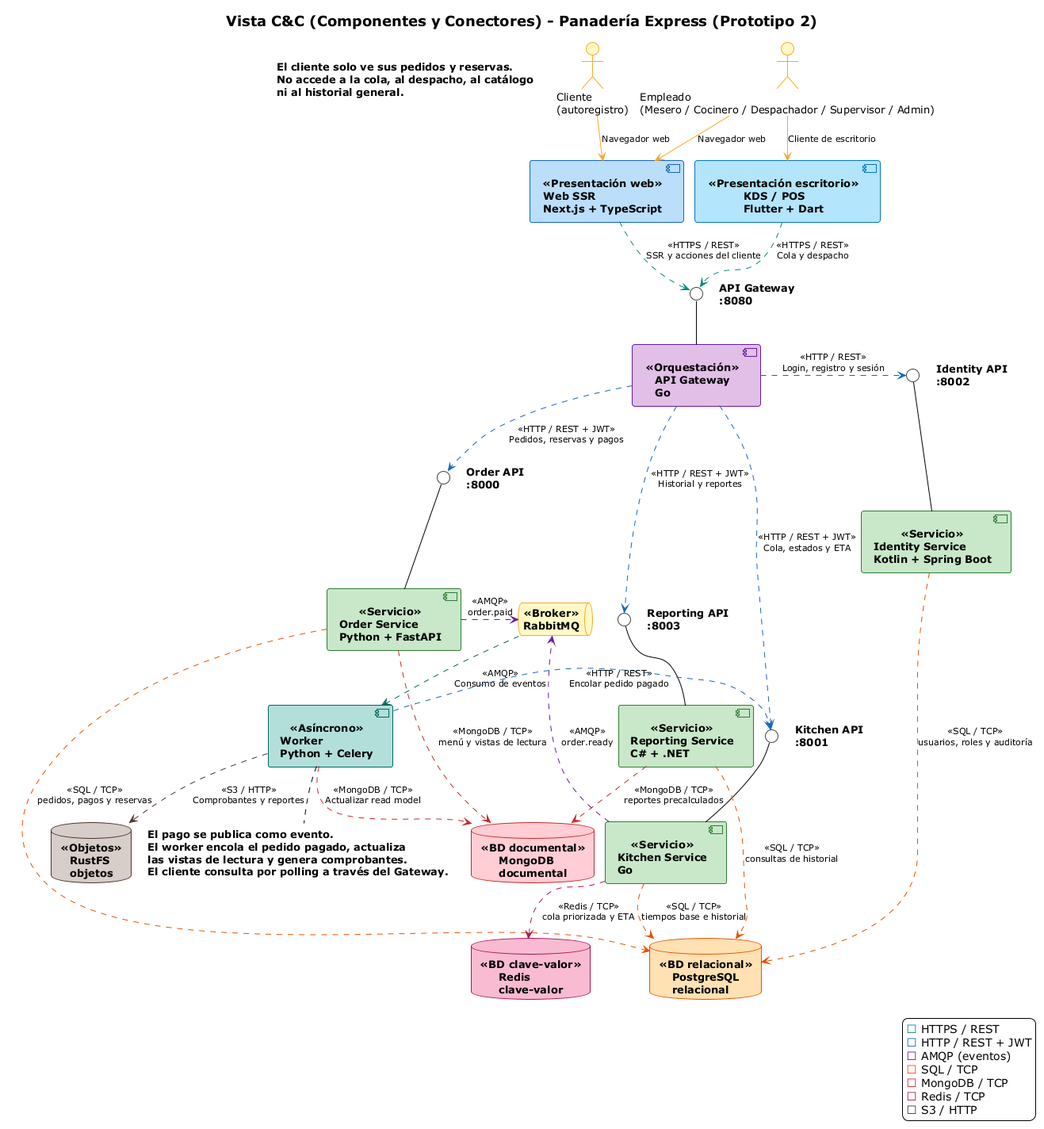
unal-sw-arch/swarch-2026ii keeps this PlantUML diagram as g3-H-PanTech/docs/Vista CyC P2.png. Above is the earlier version. The source it was exported from:
```plantuml
@startuml
!theme plain
top to bottom direction
skinparam componentStyle uml2
skinparam shadowing false
skinparam defaultFontSize 13
skinparam nodesep 14
skinparam ranksep 42
skinparam ArrowFontSize 11
skinparam titleFontSize 18
skinparam titleFontStyle bold

skinparam component {
  BackgroundColor<<Presentación web>> #BBDEFB
  BorderColor<<Presentación web>> #1565C0
  BackgroundColor<<Presentación escritorio>> #B3E5FC
  BorderColor<<Presentación escritorio>> #0277BD
  BackgroundColor<<Servicio>> #C8E6C9
  BorderColor<<Servicio>> #2E7D32
  BackgroundColor<<Orquestación>> #E1BEE7
  BorderColor<<Orquestación>> #6A1B9A
  BackgroundColor<<Asíncrono>> #B2DFDB
  BorderColor<<Asíncrono>> #00695C
  FontStyle bold
}
skinparam queue {
  BackgroundColor<<Broker>> #FFF9C4
  BorderColor<<Broker>> #F9A825
  FontStyle bold
}
skinparam database {
  BackgroundColor<<BD relacional>> #FFE0B2
  BorderColor<<BD relacional>> #E65100
  BackgroundColor<<BD documental>> #FFCDD2
  BorderColor<<BD documental>> #C62828
  BackgroundColor<<BD clave-valor>> #F8BBD0
  BorderColor<<BD clave-valor>> #AD1457
  BackgroundColor<<Objetos>> #D7CCC8
  BorderColor<<Objetos>> #4E342E
  FontStyle bold
}
skinparam actor {
  BackgroundColor #FFF9C4
  BorderColor #F9A825
}
skinparam note {
  BackgroundColor transparent
  BorderColor transparent
  FontStyle bold
}
skinparam interface {
  BackgroundColor #FFFFFF
  BorderColor #424242
}

title Vista C&C (Componentes y Conectores) - Panadería Express (Prototipo 2)

actor "Cliente\n(autoregistro)" as Cliente
actor "Empleado\n(Mesero / Cocinero / Despachador / Supervisor / Admin)" as Empleado

component "Web SSR\nNext.js + TypeScript" as Web <<Presentación web>>
component "KDS / POS\nFlutter + Dart" as KDS <<Presentación escritorio>>

component "API Gateway\nGo" as GW <<Orquestación>>
interface " " as IGW
component "Identity Service\nKotlin + Spring Boot" as Identity <<Servicio>>
interface " " as IAuth
component "Order Service\nPython + FastAPI" as Order <<Servicio>>
interface " " as IOrder
component "Kitchen Service\nGo" as Kitchen <<Servicio>>
interface " " as IKitchen
component "Reporting Service\nC# + .NET" as Reporting <<Servicio>>
interface " " as IReport

component "Worker\nPython + Celery" as Worker <<Asíncrono>>
queue "RabbitMQ" as MQ <<Broker>>

database "PostgreSQL\nrelacional" as PG <<BD relacional>>
database "MongoDB\ndocumental" as Mongo <<BD documental>>
database "Redis\nclave-valor" as Redis <<BD clave-valor>>
database "RustFS\nobjetos" as RustFS <<Objetos>>

IGW -down- GW
IAuth -down- Identity
IOrder -down- Order
IKitchen -down- Kitchen
IReport -down- Reporting

note as NGW
  API Gateway
  :8080
end note
note as NAuth
  Identity API
  :8002
end note
note as NOrder
  Order API
  :8000
end note
note as NKitchen
  Kitchen API
  :8001
end note
note as NReport
  Reporting API
  :8003
end note
IGW -[hidden]right- NGW
IAuth -[hidden]right- NAuth
IOrder -[hidden]right- NOrder
IKitchen -[hidden]right- NKitchen
IReport -[hidden]right- NReport

Cliente -[#F9A825]down-> Web : Navegador web
Empleado -[#F9A825]down-> Web : Navegador web
Empleado -[#F9A825]down-> KDS : Cliente de escritorio

Web .[#00897B]down.> IGW : <<HTTPS / REST>>\nSSR y acciones del cliente
KDS .[#00897B]down.> IGW : <<HTTPS / REST>>\nCola y despacho

GW .[#1565C0]right.> IAuth : <<HTTP / REST>>\nLogin, registro y sesión
GW .[#1565C0]down.> IOrder : <<HTTP / REST + JWT>>\nPedidos, reservas y pagos
GW .[#1565C0]down.> IKitchen : <<HTTP / REST + JWT>>\nCola, estados y ETA
GW .[#1565C0]down.> IReport : <<HTTP / REST + JWT>>\nHistorial y reportes

Identity .[#E65100]down.> PG : <<SQL / TCP>>\nusuarios, roles y auditoría
Order .[#E65100]down.> PG : <<SQL / TCP>>\npedidos, pagos y reservas
Order .[#C62828]down.> Mongo : <<MongoDB / TCP>>\nmenú y vistas de lectura
Kitchen .[#E65100]down.> PG : <<SQL / TCP>>\ntiempos base e historial
Kitchen .[#AD1457]down.> Redis : <<Redis / TCP>>\ncola priorizada y ETA
Reporting .[#E65100]down.> PG : <<SQL / TCP>>\nconsultas de historial
Reporting .[#C62828]down.> Mongo : <<MongoDB / TCP>>\nreportes precalculados

Order .[#6A1B9A]right.> MQ : <<AMQP>>\norder.paid
Kitchen .[#6A1B9A]right.> MQ : <<AMQP>>\norder.ready
MQ .[#00695C]down.> Worker : <<AMQP>>\nConsumo de eventos
Worker .[#1565C0]right.> IKitchen : <<HTTP / REST>>\nEncolar pedido pagado
Worker .[#C62828]down.> Mongo : <<MongoDB / TCP>>\nActualizar read model
Worker .[#4E342E]down.> RustFS : <<S3 / HTTP>>\nComprobantes y reportes

note left of Cliente
  El cliente solo ve sus pedidos y reservas.
  No accede a la cola, al despacho, al catálogo
  ni al historial general.
end note

note bottom of Worker
  El pago se publica como evento.
  El worker encola el pedido pagado, actualiza
  las vistas de lectura y genera comprobantes.
  El cliente consulta por polling a través del Gateway.
end note

legend right
  <color:#00897B>■</color> HTTPS / REST
  <color:#1565C0>■</color> HTTP / REST + JWT
  <color:#6A1B9A>■</color> AMQP (eventos)
  <color:#E65100>■</color> SQL / TCP
  <color:#C62828>■</color> MongoDB / TCP
  <color:#AD1457>■</color> Redis / TCP
  <color:#4E342E>■</color> S3 / HTTP
endlegend

@enduml
```
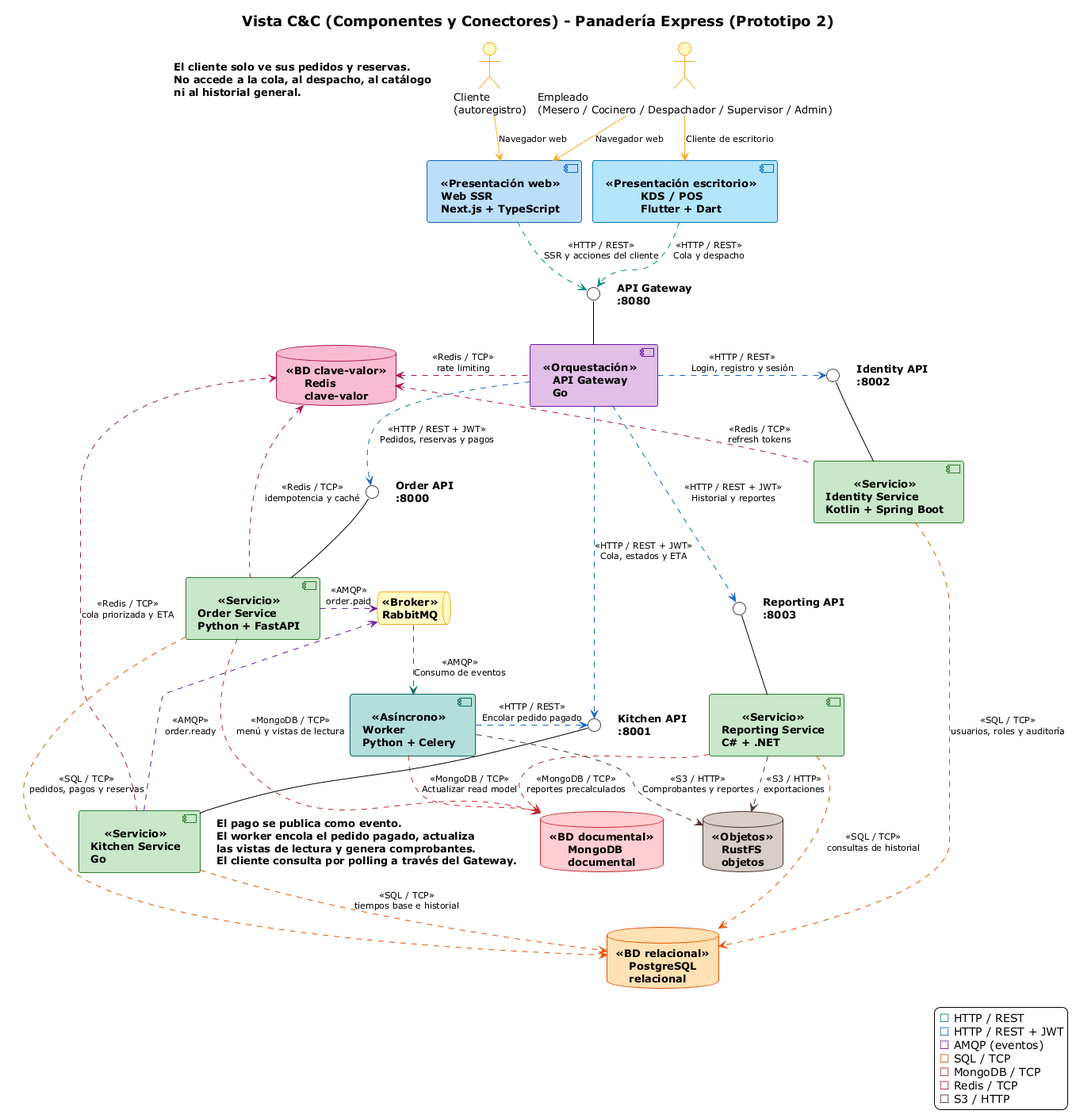
The same diagram one commit later.

Change to the diagram source:
```diff
@@ -116,8 +116,8 @@
 Empleado -[#F9A825]down-> Web : Navegador web
 Empleado -[#F9A825]down-> KDS : Cliente de escritorio
 
-Web .[#00897B]down.> IGW : <<HTTPS / REST>>\nSSR y acciones del cliente
-KDS .[#00897B]down.> IGW : <<HTTPS / REST>>\nCola y despacho
+Web .[#00897B]down.> IGW : <<HTTP / REST>>\nSSR y acciones del cliente
+KDS .[#00897B]down.> IGW : <<HTTP / REST>>\nCola y despacho
 
 GW .[#1565C0]right.> IAuth : <<HTTP / REST>>\nLogin, registro y sesión
 GW .[#1565C0]down.> IOrder : <<HTTP / REST + JWT>>\nPedidos, reservas y pagos
@@ -125,12 +125,16 @@
 GW .[#1565C0]down.> IReport : <<HTTP / REST + JWT>>\nHistorial y reportes
 
 Identity .[#E65100]down.> PG : <<SQL / TCP>>\nusuarios, roles y auditoría
+Identity .[#AD1457]left.> Redis : <<Redis / TCP>>\nrefresh tokens
+GW .[#AD1457]left.> Redis : <<Redis / TCP>>\nrate limiting
 Order .[#E65100]down.> PG : <<SQL / TCP>>\npedidos, pagos y reservas
 Order .[#C62828]down.> Mongo : <<MongoDB / TCP>>\nmenú y vistas de lectura
+Order .[#AD1457]left.> Redis : <<Redis / TCP>>\nidempotencia y caché
 Kitchen .[#E65100]down.> PG : <<SQL / TCP>>\ntiempos base e historial
 Kitchen .[#AD1457]down.> Redis : <<Redis / TCP>>\ncola priorizada y ETA
 Reporting .[#E65100]down.> PG : <<SQL / TCP>>\nconsultas de historial
 Reporting .[#C62828]down.> Mongo : <<MongoDB / TCP>>\nreportes precalculados
+Reporting .[#4E342E]down.> RustFS : <<S3 / HTTP>>\nexportaciones
 
 Order .[#6A1B9A]right.> MQ : <<AMQP>>\norder.paid
 Kitchen .[#6A1B9A]right.> MQ : <<AMQP>>\norder.ready
@@ -153,7 +157,7 @@
 end note
 
 legend right
-  <color:#00897B>■</color> HTTPS / REST
+  <color:#00897B>■</color> HTTP / REST
   <color:#1565C0>■</color> HTTP / REST + JWT
   <color:#6A1B9A>■</color> AMQP (eventos)
   <color:#E65100>■</color> SQL / TCP
```
